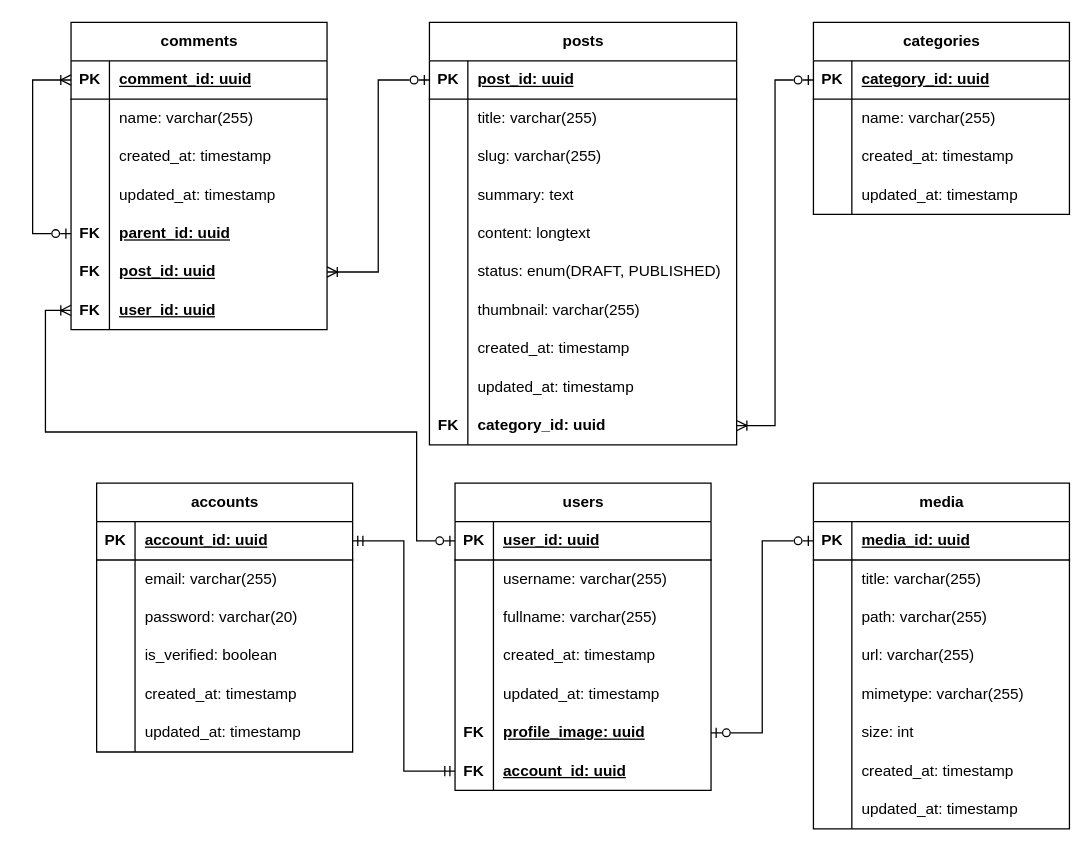
HarisHerdiansyah/laravel-blog-platform keeps this draw.io diagram as docs/ERD.drawio. Above is the earlier version. Source tidied: cells renumbered, new cells numbered last; positions are measured from the earlier drawing's top-left corner, leaving out a move shared by most shapes. Both pictures are drawn from the tidied source at 128%, with x=0, y=0 at pixel (32, 22).
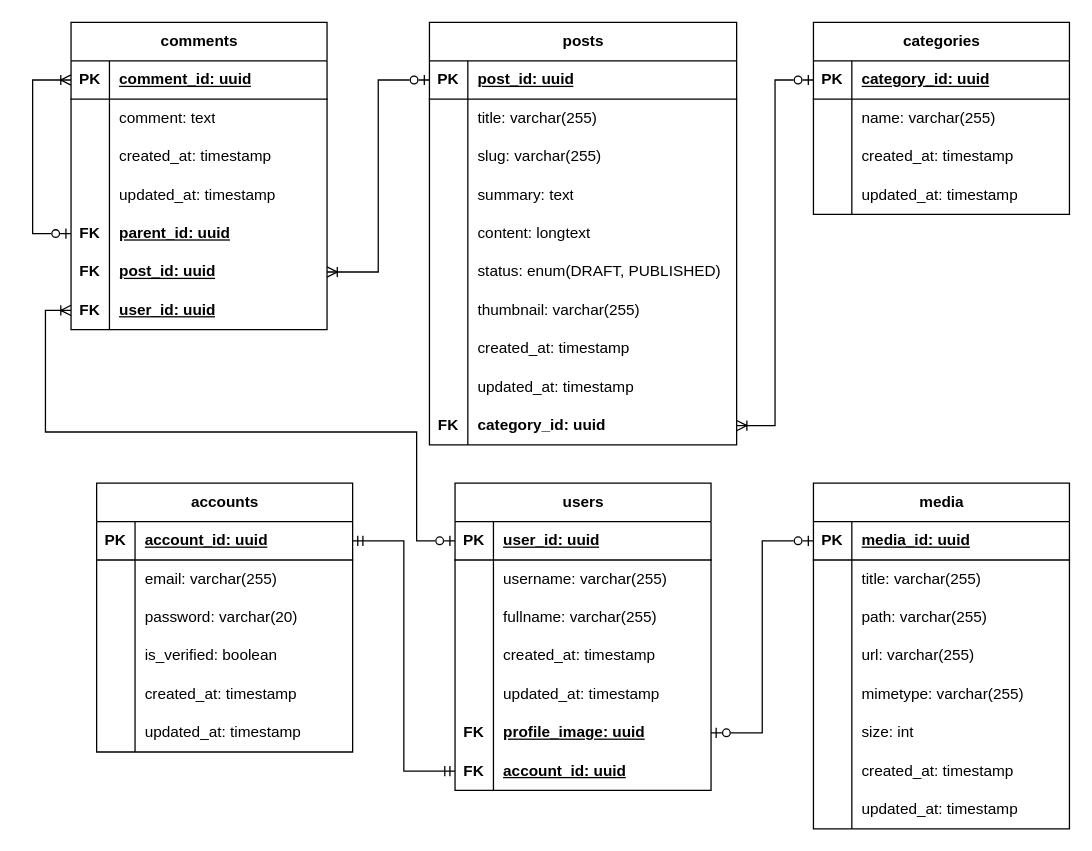
The same diagram, later.

The change refers to these unchanged cells:
```xml
<mxCell id="117" style="shape=tableRow;horizontal=0;startSize=0;swimlaneHead=0;swimlaneBody=0;fillColor=none;top=0;left=0;right=0;bottom=0;" parent="113" vertex="1">
  <mxGeometry y="60" width="200" height="30" as="geometry" />
</mxCell>
```

The edit, as a diff of the source:
```diff
@@
-    <mxCell id="119" value="name: varchar(255)" style="shape=partialRectangle;fillColor=none;top=0;left=0;bottom=0;right=0;align=left;spacingLeft=6;overflow=hidden;whiteSpace=wrap;html=1;" parent="117" vertex="1">
+    <mxCell id="119" value="comment: text" style="shape=partialRectangle;fillColor=none;top=0;left=0;bottom=0;right=0;align=left;spacingLeft=6;overflow=hidden;whiteSpace=wrap;html=1;" parent="117" vertex="1">
       <mxGeometry x="30" width="170" height="30" as="geometry" />
     </mxCell>
```
